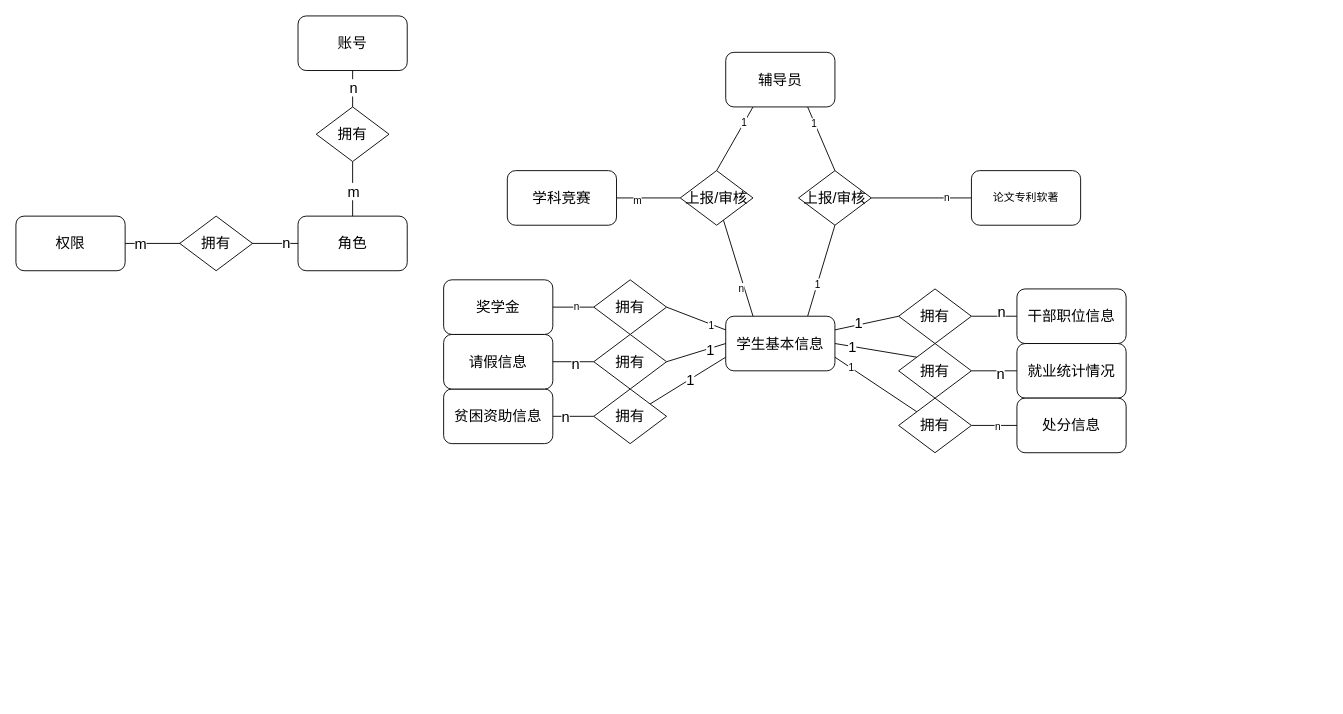
Earlier version of the draw.io diagram map/swms-er.drawio (msqtt/Sources). Source tidied: cells renumbered, new cells numbered last; positions are measured from the earlier drawing's top-left corner, leaving out a move shared by most shapes. Both pictures are drawn from the tidied source at 91%, with x=0, y=0 at pixel (15, 15).
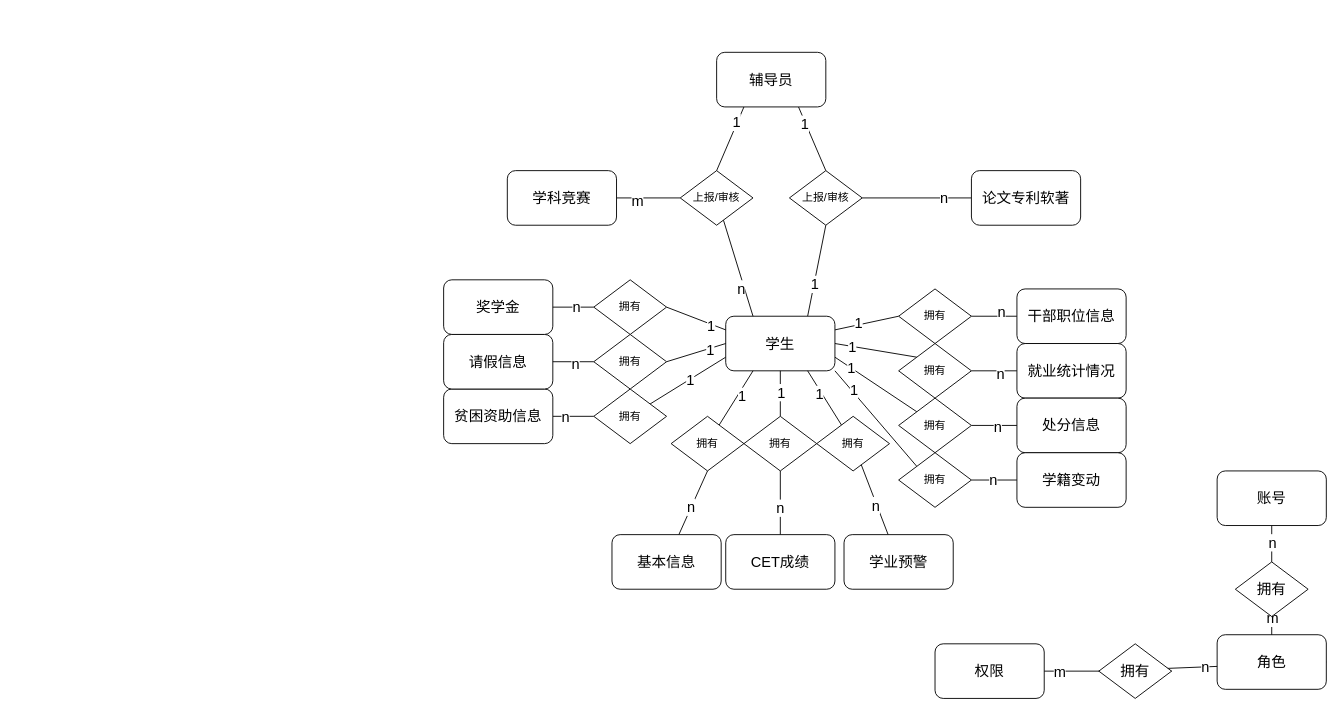
The same page after the edit.

Unchanged cells that the change refers to:
```xml
<mxCell id="46" style="rounded=0;jettySize=auto;html=1;exitX=1;exitY=0.5;exitDx=0;exitDy=0;entryX=0;entryY=0.25;entryDx=0;entryDy=0;endArrow=none;endFill=0;fontSize=16;" parent="1" edge="1" source="50" target="37">
  <mxGeometry relative="1" as="geometry" />
</mxCell>
<mxCell id="48" style="rounded=0;jettySize=auto;html=1;endArrow=none;endFill=0;fontSize=16;entryX=1;entryY=0.5;entryDx=0;entryDy=0;exitX=0;exitY=0.5;exitDx=0;exitDy=0;" parent="1" edge="1" source="50" target="45">
  <mxGeometry relative="1" as="geometry" />
</mxCell>
<mxCell id="51" style="rounded=0;jettySize=auto;html=1;endArrow=none;endFill=0;fontSize=16;entryX=0.25;entryY=0;entryDx=0;entryDy=0;" parent="1" edge="1" source="55" target="37">
  <mxGeometry relative="1" as="geometry" />
</mxCell>
<mxCell id="53" style="rounded=0;jettySize=auto;html=1;endArrow=none;endFill=0;fontSize=16;" parent="1" edge="1" source="55" target="56">
  <mxGeometry relative="1" as="geometry" />
</mxCell>
<mxCell id="57" style="rounded=0;jettySize=auto;html=1;exitX=0.25;exitY=1;exitDx=0;exitDy=0;entryX=0.5;entryY=0;entryDx=0;entryDy=0;endArrow=none;endFill=0;fontSize=16;" parent="1" edge="1" source="61" target="55">
  <mxGeometry relative="1" as="geometry" />
</mxCell>
<mxCell id="66" value="处分信息" style="rounded=1;whiteSpace=wrap;html=1;fontSize=16;" parent="1" vertex="1">
  <mxGeometry x="1100" y="420" width="120" height="60" as="geometry" />
</mxCell>
```

Change to the diagram source:
```diff
@@
     <mxCell id="4" value="账号" style="rounded=1;whiteSpace=wrap;html=1;fontSize=16;" parent="1" vertex="1">
-      <mxGeometry x="310" width="120" height="60" as="geometry" />
+      <mxGeometry x="1320" y="500" width="120" height="60" as="geometry" />
     </mxCell>
     <mxCell id="5" value="权限" style="rounded=1;whiteSpace=wrap;html=1;fontSize=16;" parent="1" vertex="1">
-      <mxGeometry y="220" width="120" height="60" as="geometry" />
+      <mxGeometry x="1010" y="690" width="120" height="60" as="geometry" />
     </mxCell>
@@
     <mxCell id="9" value="角色" style="rounded=1;whiteSpace=wrap;html=1;fontSize=16;" parent="1" vertex="1">
-      <mxGeometry x="310" y="220" width="120" height="60" as="geometry" />
+      <mxGeometry x="1320" y="680" width="120" height="60" as="geometry" />
     </mxCell>
@@
     <mxCell id="12" value="拥有" style="rhombus;whiteSpace=wrap;html=1;fontSize=16;" parent="1" vertex="1">
-      <mxGeometry x="180" y="220" width="80" height="60" as="geometry" />
+      <mxGeometry x="1190" y="690" width="80" height="60" as="geometry" />
     </mxCell>
@@
     <mxCell id="15" value="拥有" style="rhombus;whiteSpace=wrap;html=1;fontSize=16;" parent="1" vertex="1">
-      <mxGeometry x="330" y="100" width="80" height="60" as="geometry" />
+      <mxGeometry x="1340" y="600" width="80" height="60" as="geometry" />
     </mxCell>
@@
-    <mxCell id="23" value="拥有" style="rhombus;whiteSpace=wrap;html=1;fontSize=16;" parent="1" vertex="1">
+    <mxCell id="23" value="拥有" style="rhombus;whiteSpace=wrap;html=1;fontSize=12;" parent="1" vertex="1">
       <mxGeometry x="970" y="300" width="80" height="60" as="geometry" />
     </mxCell>
@@
-    <mxCell id="30" value="拥有" style="rhombus;whiteSpace=wrap;html=1;fontSize=16;" parent="1" vertex="1">
+    <mxCell id="30" value="拥有" style="rhombus;whiteSpace=wrap;html=1;fontSize=12;" parent="1" vertex="1">
       <mxGeometry x="970" y="360" width="80" height="60" as="geometry" />
     </mxCell>
@@
-    <mxCell id="33" style="rounded=0;jettySize=auto;html=1;exitX=0.75;exitY=0;exitDx=0;exitDy=0;endArrow=none;endFill=0;entryX=0.5;entryY=1;entryDx=0;entryDy=0;" parent="1" edge="1" source="37" target="64">
+    <mxCell id="33" style="rounded=0;jettySize=auto;html=1;exitX=0.75;exitY=0;exitDx=0;exitDy=0;endArrow=none;endFill=0;entryX=0.5;entryY=1;entryDx=0;entryDy=0;fontSize=16;" parent="1" edge="1" source="37" target="64">
       <mxGeometry relative="1" as="geometry" />
     </mxCell>
-    <mxCell id="34" value="1" style="edgeLabel;html=1;align=center;verticalAlign=middle;" parent="33" vertex="1">
+    <mxCell id="34" value="1" style="edgeLabel;html=1;align=center;verticalAlign=middle;fontSize=16;" parent="33" vertex="1">
       <mxGeometry x="-0.53" y="-1" relative="1" as="geometry">
         <mxPoint x="2" y="-12" as="offset" />
       </mxGeometry>
     </mxCell>
-    <mxCell id="35" style="rounded=0;jettySize=auto;html=1;exitX=1;exitY=0.75;exitDx=0;exitDy=0;entryX=0;entryY=0;entryDx=0;entryDy=0;endArrow=none;endFill=0;" parent="1" edge="1" source="37" target="69">
+    <mxCell id="35" style="rounded=0;jettySize=auto;html=1;exitX=1;exitY=0.75;exitDx=0;exitDy=0;entryX=0;entryY=0;entryDx=0;entryDy=0;endArrow=none;endFill=0;fontSize=16;" parent="1" edge="1" source="37" target="69">
       <mxGeometry relative="1" as="geometry" />
     </mxCell>
-    <mxCell id="36" value="1" style="edgeLabel;html=1;align=center;verticalAlign=middle;" parent="35" vertex="1">
+    <mxCell id="36" value="1" style="edgeLabel;html=1;align=center;verticalAlign=middle;fontSize=16;" parent="35" vertex="1">
       <mxGeometry x="-0.61" relative="1" as="geometry" />
     </mxCell>
-    <mxCell id="37" value="学生基本信息" style="rounded=1;whiteSpace=wrap;html=1;fontSize=16;" parent="1" vertex="1">
+    <mxCell id="37" value="学生" style="rounded=1;whiteSpace=wrap;html=1;fontSize=16;" parent="1" vertex="1">
       <mxGeometry x="780" y="330" width="120" height="60" as="geometry" />
     </mxCell>
-    <mxCell id="38" value="拥有" style="rhombus;whiteSpace=wrap;html=1;fontSize=16;" parent="1" vertex="1">
+    <mxCell id="38" value="拥有" style="rhombus;whiteSpace=wrap;html=1;fontSize=12;" parent="1" vertex="1">
       <mxGeometry x="635" y="410" width="80" height="60" as="geometry" />
     </mxCell>
@@
-    <mxCell id="44" value="拥有" style="rhombus;whiteSpace=wrap;html=1;fontSize=16;" parent="1" vertex="1">
+    <mxCell id="44" value="拥有" style="rhombus;whiteSpace=wrap;html=1;fontSize=12;" parent="1" vertex="1">
       <mxGeometry x="635" y="350" width="80" height="60" as="geometry" />
     </mxCell>
@@
-    <mxCell id="47" value="1" style="edgeLabel;html=1;align=center;verticalAlign=middle;" parent="46" vertex="1">
+    <mxCell id="47" value="1" style="edgeLabel;html=1;align=center;verticalAlign=middle;fontSize=16;" parent="46" vertex="1">
       <mxGeometry x="0.51" y="-2" relative="1" as="geometry" />
     </mxCell>
@@
-    <mxCell id="49" value="n" style="edgeLabel;html=1;align=center;verticalAlign=middle;" parent="48" vertex="1">
+    <mxCell id="49" value="n" style="edgeLabel;html=1;align=center;verticalAlign=middle;fontSize=16;" parent="48" vertex="1">
       <mxGeometry x="-0.09" y="-1" relative="1" as="geometry" />
     </mxCell>
-    <mxCell id="50" value="拥有" style="rhombus;whiteSpace=wrap;html=1;fontSize=16;" parent="1" vertex="1">
+    <mxCell id="50" value="拥有" style="rhombus;whiteSpace=wrap;html=1;fontSize=12;" parent="1" vertex="1">
       <mxGeometry x="635" y="290" width="80" height="60" as="geometry" />
     </mxCell>
@@
-    <mxCell id="52" value="n" style="edgeLabel;html=1;align=center;verticalAlign=middle;" parent="51" vertex="1">
+    <mxCell id="52" value="n" style="edgeLabel;html=1;align=center;verticalAlign=middle;fontSize=16;" parent="51" vertex="1">
       <mxGeometry x="0.39" y="-4" relative="1" as="geometry" />
     </mxCell>
@@
-    <mxCell id="54" value="m" style="edgeLabel;html=1;align=center;verticalAlign=middle;" parent="53" vertex="1">
+    <mxCell id="54" value="m" style="edgeLabel;html=1;align=center;verticalAlign=middle;fontSize=16;" parent="53" vertex="1">
       <mxGeometry x="0.37" y="2" relative="1" as="geometry" />
     </mxCell>
-    <mxCell id="55" value="上报/审核" style="rhombus;whiteSpace=wrap;html=1;fontSize=16;" parent="1" vertex="1">
+    <mxCell id="55" value="上报/审核" style="rhombus;whiteSpace=wrap;html=1;fontSize=12;" parent="1" vertex="1">
       <mxGeometry x="730" y="170" width="80" height="60" as="geometry" />
     </mxCell>
@@
-    <mxCell id="58" value="1" style="edgeLabel;html=1;align=center;verticalAlign=middle;" parent="57" vertex="1">
+    <mxCell id="58" value="1" style="edgeLabel;html=1;align=center;verticalAlign=middle;fontSize=16;" parent="57" vertex="1">
       <mxGeometry x="-0.54" y="-1" relative="1" as="geometry" />
     </mxCell>
-    <mxCell id="59" style="rounded=0;jettySize=auto;html=1;exitX=0.75;exitY=1;exitDx=0;exitDy=0;entryX=0.5;entryY=0;entryDx=0;entryDy=0;endArrow=none;endFill=0;" parent="1" edge="1" source="61" target="64">
+    <mxCell id="59" style="rounded=0;jettySize=auto;html=1;exitX=0.75;exitY=1;exitDx=0;exitDy=0;entryX=0.5;entryY=0;entryDx=0;entryDy=0;endArrow=none;endFill=0;fontSize=16;" parent="1" edge="1" source="61" target="64">
       <mxGeometry relative="1" as="geometry" />
     </mxCell>
-    <mxCell id="60" value="1" style="edgeLabel;html=1;align=center;verticalAlign=middle;" parent="59" vertex="1">
+    <mxCell id="60" value="1" style="edgeLabel;html=1;align=center;verticalAlign=middle;fontSize=16;" parent="59" vertex="1">
       <mxGeometry x="-0.47" y="-1" relative="1" as="geometry" />
     </mxCell>
     <mxCell id="61" value="辅导员" style="rounded=1;whiteSpace=wrap;html=1;fontSize=16;" parent="1" vertex="1">
-      <mxGeometry x="780" y="40" width="120" height="60" as="geometry" />
+      <mxGeometry x="770" y="40" width="120" height="60" as="geometry" />
     </mxCell>
-    <mxCell id="62" style="rounded=0;jettySize=auto;html=1;exitX=1;exitY=0.5;exitDx=0;exitDy=0;endArrow=none;endFill=0;entryX=0;entryY=0.5;entryDx=0;entryDy=0;" parent="1" edge="1" source="64" target="65">
+    <mxCell id="62" style="rounded=0;jettySize=auto;html=1;exitX=1;exitY=0.5;exitDx=0;exitDy=0;endArrow=none;endFill=0;entryX=0;entryY=0.5;entryDx=0;entryDy=0;fontSize=16;" parent="1" edge="1" source="64" target="65">
       <mxGeometry relative="1" as="geometry" />
     </mxCell>
-    <mxCell id="63" value="n" style="edgeLabel;html=1;align=center;verticalAlign=middle;" parent="62" vertex="1">
+    <mxCell id="63" value="n" style="edgeLabel;html=1;align=center;verticalAlign=middle;fontSize=16;" parent="62" vertex="1">
       <mxGeometry x="0.49" y="1" relative="1" as="geometry" />
     </mxCell>
-    <mxCell id="64" value="上报/审核" style="rhombus;whiteSpace=wrap;html=1;fontSize=16;" parent="1" vertex="1">
-      <mxGeometry x="860" y="170" width="80" height="60" as="geometry" />
+    <mxCell id="64" value="上报/审核" style="rhombus;whiteSpace=wrap;html=1;fontSize=12;" parent="1" vertex="1">
+      <mxGeometry x="850" y="170" width="80" height="60" as="geometry" />
     </mxCell>
-    <mxCell id="65" value="论文专利软著" style="rounded=1;whiteSpace=wrap;html=1;" parent="1" vertex="1">
+    <mxCell id="65" value="论文专利软著" style="rounded=1;whiteSpace=wrap;html=1;fontSize=16;" parent="1" vertex="1">
       <mxGeometry x="1050" y="170" width="120" height="60" as="geometry" />
     </mxCell>
@@
-    <mxCell id="67" style="rounded=0;jettySize=auto;html=1;exitX=1;exitY=0.5;exitDx=0;exitDy=0;entryX=0;entryY=0.5;entryDx=0;entryDy=0;endArrow=none;endFill=0;" parent="1" edge="1" source="69" target="66">
+    <mxCell id="67" style="rounded=0;jettySize=auto;html=1;exitX=1;exitY=0.5;exitDx=0;exitDy=0;entryX=0;entryY=0.5;entryDx=0;entryDy=0;endArrow=none;endFill=0;fontSize=16;" parent="1" edge="1" source="69" target="66">
       <mxGeometry relative="1" as="geometry" />
     </mxCell>
-    <mxCell id="68" value="n" style="edgeLabel;html=1;align=center;verticalAlign=middle;" parent="67" vertex="1">
+    <mxCell id="68" value="n" style="edgeLabel;html=1;align=center;verticalAlign=middle;fontSize=16;" parent="67" vertex="1">
       <mxGeometry x="0.1" y="-1" relative="1" as="geometry" />
     </mxCell>
-    <mxCell id="69" value="拥有" style="rhombus;whiteSpace=wrap;html=1;fontSize=16;" parent="1" vertex="1">
+    <mxCell id="69" value="拥有" style="rhombus;whiteSpace=wrap;html=1;fontSize=12;" parent="1" vertex="1">
       <mxGeometry x="970" y="420" width="80" height="60" as="geometry" />
     </mxCell>
+    <mxCell id="70" style="rounded=0;jettySize=auto;html=1;endArrow=none;endFill=0;fontSize=16;entryX=0.25;entryY=1;entryDx=0;entryDy=0;" parent="1" edge="1" source="72" target="37">
+      <mxGeometry relative="1" as="geometry" />
+    </mxCell>
+    <mxCell id="71" value="1" style="edgeLabel;html=1;align=center;verticalAlign=middle;fontSize=16;" parent="70" vertex="1">
+      <mxGeometry x="0.35" y="-2" relative="1" as="geometry">
+        <mxPoint x="-2" y="7" as="offset" />
+      </mxGeometry>
+    </mxCell>
+    <mxCell id="72" value="拥有" style="rhombus;whiteSpace=wrap;html=1;fontSize=12;" parent="1" vertex="1">
+      <mxGeometry x="720" y="440" width="80" height="60" as="geometry" />
+    </mxCell>
+    <mxCell id="73" style="rounded=0;jettySize=auto;html=1;endArrow=none;endFill=0;fontSize=16;entryX=0.5;entryY=1;entryDx=0;entryDy=0;" parent="1" edge="1" source="75" target="72">
+      <mxGeometry relative="1" as="geometry" />
+    </mxCell>
+    <mxCell id="74" value="n" style="edgeLabel;html=1;align=center;verticalAlign=middle;fontSize=16;" parent="73" vertex="1">
+      <mxGeometry x="-0.15" y="1" relative="1" as="geometry" />
+    </mxCell>
+    <mxCell id="75" value="基本信息" style="rounded=1;whiteSpace=wrap;html=1;fontSize=16;" parent="1" vertex="1">
+      <mxGeometry x="655" y="570" width="120" height="60" as="geometry" />
+    </mxCell>
+    <mxCell id="76" style="rounded=0;jettySize=auto;html=1;endArrow=none;endFill=0;fontSize=16;entryX=0.75;entryY=1;entryDx=0;entryDy=0;" parent="1" edge="1" source="78" target="37">
+      <mxGeometry relative="1" as="geometry" />
+    </mxCell>
+    <mxCell id="77" value="1" style="edgeLabel;html=1;align=center;verticalAlign=middle;fontSize=16;" parent="76" vertex="1">
+      <mxGeometry x="0.35" y="-2" relative="1" as="geometry">
+        <mxPoint x="-2" y="7" as="offset" />
+      </mxGeometry>
+    </mxCell>
+    <mxCell id="78" value="拥有" style="rhombus;whiteSpace=wrap;html=1;fontSize=12;" parent="1" vertex="1">
+      <mxGeometry x="880" y="440" width="80" height="60" as="geometry" />
+    </mxCell>
+    <mxCell id="79" style="rounded=0;jettySize=auto;html=1;endArrow=none;endFill=0;fontSize=16;" parent="1" edge="1" source="81" target="78">
+      <mxGeometry relative="1" as="geometry" />
+    </mxCell>
+    <mxCell id="80" value="n" style="edgeLabel;html=1;align=center;verticalAlign=middle;fontSize=16;" parent="79" vertex="1">
+      <mxGeometry x="-0.15" y="1" relative="1" as="geometry" />
+    </mxCell>
+    <mxCell id="81" value="学业预警" style="rounded=1;whiteSpace=wrap;html=1;fontSize=16;" parent="1" vertex="1">
+      <mxGeometry x="910" y="570" width="120" height="60" as="geometry" />
+    </mxCell>
+    <mxCell id="82" style="rounded=0;jettySize=auto;html=1;endArrow=none;endFill=0;fontSize=16;entryX=0.5;entryY=1;entryDx=0;entryDy=0;" parent="1" edge="1" source="84" target="37">
+      <mxGeometry relative="1" as="geometry" />
+    </mxCell>
+    <mxCell id="83" value="1" style="edgeLabel;html=1;align=center;verticalAlign=middle;fontSize=16;" parent="82" vertex="1">
+      <mxGeometry x="0.35" y="-2" relative="1" as="geometry">
+        <mxPoint x="-2" y="7" as="offset" />
+      </mxGeometry>
+    </mxCell>
+    <mxCell id="84" value="拥有" style="rhombus;whiteSpace=wrap;html=1;fontSize=12;" parent="1" vertex="1">
+      <mxGeometry x="800" y="440" width="80" height="60" as="geometry" />
+    </mxCell>
+    <mxCell id="85" style="rounded=0;jettySize=auto;html=1;endArrow=none;endFill=0;fontSize=16;" parent="1" edge="1" source="87" target="84">
+      <mxGeometry relative="1" as="geometry" />
+    </mxCell>
+    <mxCell id="86" value="n" style="edgeLabel;html=1;align=center;verticalAlign=middle;fontSize=16;" parent="85" vertex="1">
+      <mxGeometry x="-0.15" y="1" relative="1" as="geometry" />
+    </mxCell>
+    <mxCell id="87" value="CET成绩 " style="rounded=1;whiteSpace=wrap;html=1;fontSize=16;" parent="1" vertex="1">
+      <mxGeometry x="780" y="570" width="120" height="60" as="geometry" />
+    </mxCell>
+    <mxCell id="88" style="rounded=0;jettySize=auto;html=1;entryX=0;entryY=0.5;entryDx=0;entryDy=0;endArrow=none;endFill=0;" parent="1" edge="1" source="92" target="93">
+      <mxGeometry relative="1" as="geometry" />
+    </mxCell>
+    <mxCell id="89" value="n" style="edgeLabel;html=1;align=center;verticalAlign=middle;fontSize=16;" parent="88" vertex="1">
+      <mxGeometry x="-0.1" y="1" relative="1" as="geometry" />
+    </mxCell>
+    <mxCell id="90" style="rounded=0;jettySize=auto;html=1;exitX=0;exitY=0;exitDx=0;exitDy=0;entryX=1;entryY=1;entryDx=0;entryDy=0;endArrow=none;endFill=0;" parent="1" edge="1" source="92" target="37">
+      <mxGeometry relative="1" as="geometry" />
+    </mxCell>
+    <mxCell id="91" value="1" style="edgeLabel;html=1;align=center;verticalAlign=middle;fontSize=16;" parent="90" vertex="1">
+      <mxGeometry x="0.57" y="-2" relative="1" as="geometry" />
+    </mxCell>
+    <mxCell id="92" value="拥有" style="rhombus;whiteSpace=wrap;html=1;fontSize=12;" parent="1" vertex="1">
+      <mxGeometry x="970" y="480" width="80" height="60" as="geometry" />
+    </mxCell>
+    <mxCell id="93" value="学籍变动" style="rounded=1;whiteSpace=wrap;html=1;fontSize=16;" parent="1" vertex="1">
+      <mxGeometry x="1100" y="480" width="120" height="60" as="geometry" />
+    </mxCell>
```
